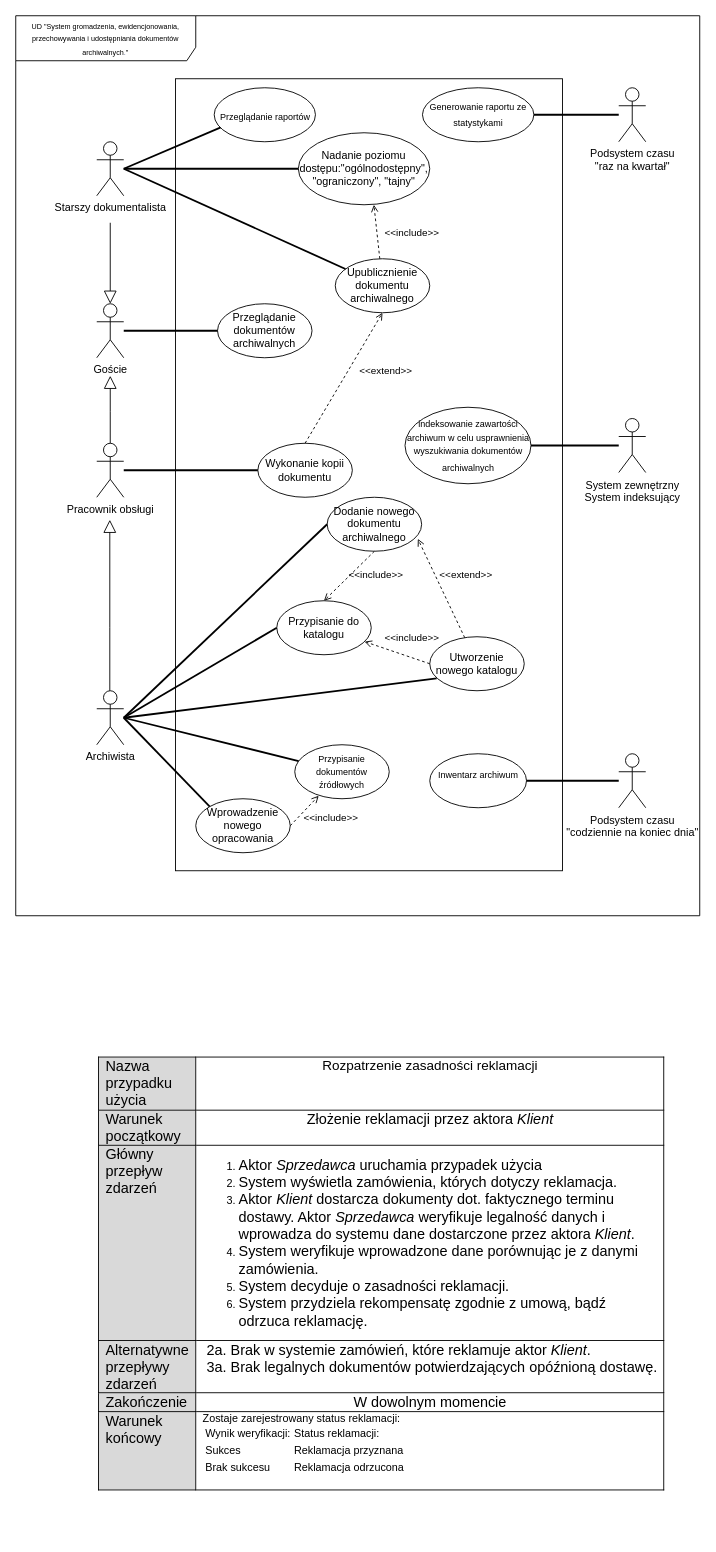
mateusz-nowacki/uml-projects keeps this draw.io diagram as pri_diagram_uzycia_2024.drawio. Above is the earlier version. Source tidied: cells renumbered, new cells numbered last; positions are measured from the earlier drawing's top-left corner, leaving out a move shared by most shapes. Both pictures are drawn from the tidied source at 90%, with x=0, y=0 at pixel (15, 15).
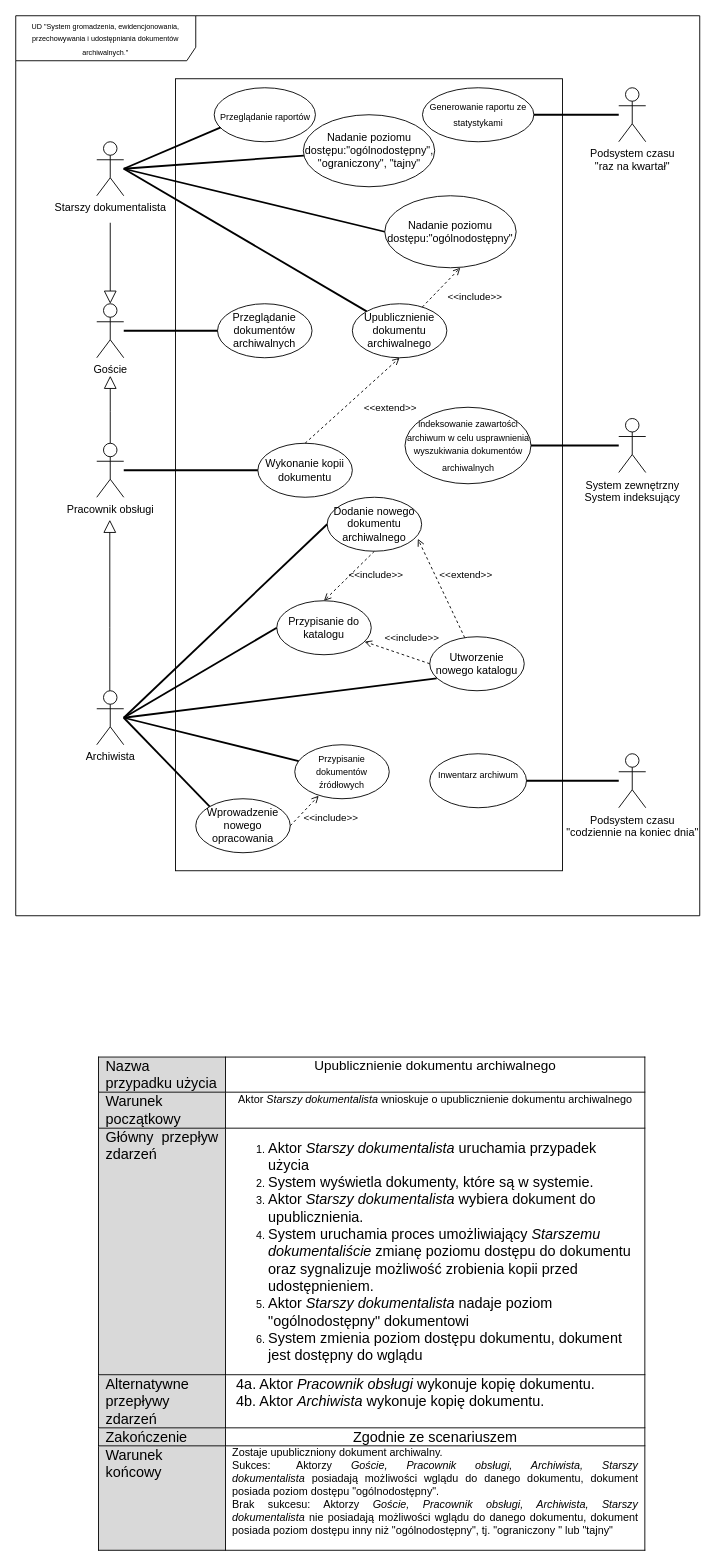
The same diagram, later.

The change refers to these unchanged cells:
```xml
<mxCell id="2" value="&lt;font style=&quot;font-size: 8px;&quot;&gt;UD &quot;System&amp;nbsp;&lt;span style=&quot;caret-color: rgb(100, 108, 154); font-family: Poppins, sans-serif; background-color: rgb(255, 255, 255);&quot;&gt;gromadzenia, ewidencjonowania, przechowywania i udostępniania dokumentów archiwalnych&lt;/span&gt;&lt;span style=&quot;caret-color: rgb(100, 108, 154); color: rgb(100, 108, 154); font-family: Poppins, sans-serif; background-color: rgb(255, 255, 255);&quot;&gt;.&lt;/span&gt;&quot;&lt;/font&gt;" style="shape=umlFrame;whiteSpace=wrap;html=1;width=200;height=50;align=center;" parent="1" vertex="1">
  <mxGeometry width="760" height="1000" as="geometry" />
</mxCell>
<mxCell id="3" value="Starszy dokumentalista" style="shape=umlActor;verticalLabelPosition=bottom;verticalAlign=top;html=1;" parent="2" vertex="1">
  <mxGeometry x="90" y="140" width="30" height="60" as="geometry" />
</mxCell>
```

Change to the diagram source:
```diff
@@
-<mxGraphModel>
+<mxGraphModel background="#ffffff">
@@
     <mxCell id="15" value="Upublicznienie dokumentu archiwalnego" style="ellipse;whiteSpace=wrap;html=1;" parent="2" vertex="1">
-      <mxGeometry x="355" y="270" width="105" height="60" as="geometry" />
+      <mxGeometry x="374" y="320" width="105" height="60" as="geometry" />
     </mxCell>
@@
-    <mxCell id="18" value="Nadanie poziomu dostępu:&quot;ogólnodostępny&quot;, &quot;ograniczony&quot;, &quot;tajny&quot;" style="ellipse;whiteSpace=wrap;html=1;" parent="2" vertex="1">
-      <mxGeometry x="314" y="130" width="146" height="80" as="geometry" />
+    <mxCell id="18" value="Nadanie poziomu dostępu:&quot;ogólnodostępny&quot;" style="ellipse;whiteSpace=wrap;html=1;" parent="2" vertex="1">
+      <mxGeometry x="410" y="200" width="146" height="80" as="geometry" />
     </mxCell>
@@
-    <mxCell id="38" style="endArrow=none;startArrow=none;endFill=0;startFill=0;endSize=8;html=1;verticalAlign=bottom;labelBackgroundColor=none;strokeWidth=2;rounded=0;entryX=0;entryY=0.5;entryDx=0;entryDy=0;" parent="2" edge="1" source="3" target="18">
-      <mxGeometry relative="1" as="geometry" />
+    <mxCell id="38" style="endArrow=none;startArrow=none;endFill=0;startFill=0;endSize=8;html=1;verticalAlign=bottom;labelBackgroundColor=none;strokeWidth=2;rounded=0;entryX=0;entryY=0.5;entryDx=0;entryDy=0;" parent="2" edge="1" target="18">
+      <mxGeometry relative="1" as="geometry">
+        <mxPoint x="120" y="170" as="sourcePoint" />
+      </mxGeometry>
     </mxCell>
     <mxCell id="39" value="&amp;lt;&amp;lt;include&amp;gt;&amp;gt;" style="html=1;verticalAlign=bottom;labelBackgroundColor=none;endArrow=open;endFill=0;dashed=1;rounded=0;entryX=0.575;entryY=1;entryDx=0;entryDy=0;entryPerimeter=0;" parent="2" edge="1" source="15" target="18">
-      <mxGeometry x="-0.47" y="-37" relative="1" as="geometry" />
+      <mxGeometry x="0.42" y="-39" relative="1" as="geometry">
+        <mxPoint y="1" as="offset" />
+      </mxGeometry>
     </mxCell>
@@
+    <mxCell id="48" value="Nadanie poziomu dostępu:&quot;ogólnodostępny&quot;, &quot;ograniczony&quot;, &quot;tajny&quot;" style="ellipse;whiteSpace=wrap;html=1;" parent="2" vertex="1">
+      <mxGeometry x="319.5" y="110" width="146" height="80" as="geometry" />
+    </mxCell>
-    <mxCell id="47" value="&lt;table style=&quot;caret-color: rgb(0, 0, 0); color: rgb(0, 0, 0); font-style: normal; font-variant-caps: normal; font-weight: 400; letter-spacing: normal; text-transform: none; word-spacing: 0px; -webkit-text-stroke-width: 0px; text-decoration: none; border-collapse: collapse;&quot; cellpadding=&quot;0&quot; cellspacing=&quot;0&quot; border=&quot;0&quot; class=&quot;MsoNormalTable&quot;&gt;&lt;tbody&gt;&lt;tr&gt;&lt;td style=&quot;width: 99pt; border: 1pt solid black; background: rgb(217, 217, 217); padding: 0cm 5.4pt;&quot; valign=&quot;top&quot; width=&quot;132&quot;&gt;&lt;p style=&quot;margin: 0cm; font-size: 12pt; font-family: Calibri, sans-serif; text-align: justify;&quot; class=&quot;MsoNormal&quot;&gt;&lt;span style=&quot;font-family: Poppins; color: black;&quot;&gt;Nazwa przypadku użycia&lt;/span&gt;&lt;span style=&quot;font-size: 10pt; font-family: Poppins; color: rgb(100, 108, 154);&quot;&gt;&lt;/span&gt;&lt;/p&gt;&lt;/td&gt;&lt;td style=&quot;text-align: center; width: 354pt; border-width: 1pt 1pt 1pt medium; border-style: solid solid solid none; border-color: black black black currentcolor; border-image: none; padding: 0cm 5.4pt;&quot; valign=&quot;top&quot; width=&quot;472&quot;&gt;&lt;font style=&quot;font-size: 15px;&quot;&gt;Rozpatrzenie zasadności reklamacji&lt;/font&gt;&lt;br&gt;&lt;/td&gt;&lt;/tr&gt;&lt;tr&gt;&lt;td style=&quot;width: 99pt; border-width: medium 1pt 1pt; border-style: none solid solid; border-color: currentcolor black black; border-image: none; background: rgb(217, 217, 217); padding: 0cm 5.4pt;&quot; valign=&quot;top&quot; width=&quot;132&quot;&gt;&lt;p style=&quot;margin: 0cm; font-size: 12pt; font-family: Calibri, sans-serif; text-align: justify;&quot; class=&quot;MsoNormal&quot;&gt;&lt;span style=&quot;font-family: Poppins; color: black;&quot;&gt;Warunek początkowy&lt;/span&gt;&lt;span style=&quot;font-size: 10pt; font-family: Poppins; color: rgb(100, 108, 154);&quot;&gt;&lt;/span&gt;&lt;/p&gt;&lt;/td&gt;&lt;td style=&quot;text-align: center; width: 354pt; border-width: medium 1pt 1pt medium; border-style: none solid solid none; border-color: currentcolor black black currentcolor; padding: 0cm 5.4pt;&quot; valign=&quot;top&quot; width=&quot;472&quot;&gt;&lt;font size=&quot;3&quot; face=&quot;Poppins&quot;&gt;Złożenie reklamacji przez aktora &lt;i&gt;Klient&lt;/i&gt;&lt;/font&gt;&lt;/td&gt;&lt;/tr&gt;&lt;tr&gt;&lt;td style=&quot;width: 99pt; border-width: medium 1pt 1pt; border-style: none solid solid; border-color: currentcolor black black; border-image: none; background: rgb(217, 217, 217); padding: 0cm 5.4pt;&quot; valign=&quot;top&quot; width=&quot;132&quot;&gt;&lt;p style=&quot;margin: 0cm; font-size: 12pt; font-family: Calibri, sans-serif; text-align: justify;&quot; class=&quot;MsoNormal&quot;&gt;&lt;span style=&quot;font-family: Poppins; color: black;&quot;&gt;Główny przepływ zdarzeń&lt;/span&gt;&lt;span style=&quot;font-size: 10pt; font-family: Poppins; color: rgb(100, 108, 154);&quot;&gt;&lt;/span&gt;&lt;/p&gt;&lt;/td&gt;&lt;td style=&quot;width: 354pt; border-width: medium 1pt 1pt medium; border-style: none solid solid none; border-color: currentcolor black black currentcolor; padding: 0cm 5.4pt;&quot; valign=&quot;top&quot; width=&quot;472&quot;&gt;&lt;ol&gt;&lt;li&gt;&lt;font size=&quot;3&quot; face=&quot;Poppins&quot;&gt;Aktor &lt;i&gt;Sprzedawca&lt;/i&gt;&amp;nbsp;uruchamia przypadek użycia&lt;/font&gt;&lt;/li&gt;&lt;li&gt;&lt;font size=&quot;3&quot; face=&quot;Poppins&quot;&gt;System wyświetla zamówienia, których dotyczy reklamacja.&lt;/font&gt;&lt;/li&gt;&lt;li&gt;&lt;font size=&quot;3&quot; face=&quot;Poppins&quot;&gt;Aktor &lt;i&gt;Klient&lt;/i&gt; dostarcza dokumenty dot. faktycznego terminu dostawy. Aktor &lt;i&gt;Sprzedawca&lt;/i&gt; weryfikuje legalność danych i wprowadza do systemu dane dostarczone przez aktora &lt;i&gt;Klient&lt;/i&gt;.&lt;/font&gt;&lt;/li&gt;&lt;li&gt;&lt;font size=&quot;3&quot; face=&quot;Poppins&quot;&gt;System weryfikuje wprowadzone dane porównując je z danymi zamówienia.&lt;/font&gt;&lt;/li&gt;&lt;li&gt;&lt;font size=&quot;3&quot; face=&quot;Poppins&quot;&gt;System decyduje o zasadności reklamacji.&lt;/font&gt;&lt;/li&gt;&lt;li&gt;&lt;font size=&quot;3&quot; face=&quot;Poppins&quot;&gt;System przydziela rekompensatę zgodnie z umową, bądź odrzuca reklamację.&lt;/font&gt;&lt;/li&gt;&lt;/ol&gt;&lt;/td&gt;&lt;/tr&gt;&lt;tr&gt;&lt;td style=&quot;width: 99pt; border-width: medium 1pt 1pt; border-style: none solid solid; border-color: currentcolor black black; border-image: none; background: rgb(217, 217, 217); padding: 0cm 5.4pt;&quot; valign=&quot;top&quot; width=&quot;132&quot;&gt;&lt;p style=&quot;margin: 0cm; font-size: 12pt; font-family: Calibri, sans-serif; text-align: justify;&quot; class=&quot;MsoNormal&quot;&gt;&lt;span style=&quot;font-family: Poppins; color: black;&quot;&gt;Alternatywne przepływy zdarzeń&lt;/span&gt;&lt;span style=&quot;font-size: 10pt; font-family: Poppins; color: rgb(100, 108, 154);&quot;&gt;&lt;/span&gt;&lt;/p&gt;&lt;/td&gt;&lt;td style=&quot;width: 354pt; border-width: medium 1pt 1pt medium; border-style: none solid solid none; border-color: currentcolor black black currentcolor; padding: 0cm 5.4pt;&quot; valign=&quot;top&quot; width=&quot;472&quot;&gt;&lt;div&gt;&lt;font size=&quot;3&quot; face=&quot;Poppins&quot;&gt;&lt;span style=&quot;white-space: pre;&quot;&gt;&lt;font color=&quot;#646c9a&quot;&gt; &lt;/font&gt;2a. Brak w systemie zamówień, które reklamuje aktor &lt;i&gt;Klient&lt;/i&gt;.&lt;/span&gt;&lt;br&gt;&lt;/font&gt;&lt;/div&gt;&lt;div&gt;&lt;font size=&quot;3&quot; face=&quot;Poppins&quot;&gt;&lt;span style=&quot;white-space: pre;&quot;&gt;&lt;span style=&quot;white-space: pre;&quot;&gt; 3a. Brak legalnych dokumentów potwierdzających opóźnioną dostawę.&lt;/span&gt;&lt;font color=&quot;#646c9a&quot;&gt;&lt;br&gt;&lt;/font&gt;&lt;/span&gt;&lt;/font&gt;&lt;/div&gt;&lt;/td&gt;&lt;/tr&gt;&lt;tr&gt;&lt;td style=&quot;width: 99pt; border-width: medium 1pt 1pt; border-style: none solid solid; border-color: currentcolor black black; border-image: none; background: rgb(217, 217, 217); padding: 0cm 5.4pt;&quot; valign=&quot;top&quot; width=&quot;132&quot;&gt;&lt;p style=&quot;margin: 0cm; font-size: 12pt; font-family: Calibri, sans-serif; text-align: justify;&quot; class=&quot;MsoNormal&quot;&gt;&lt;span style=&quot;font-family: Poppins; color: black;&quot;&gt;Zakończenie&lt;/span&gt;&lt;span style=&quot;font-size: 10pt; font-family: Poppins; color: rgb(100, 108, 154);&quot;&gt;&lt;/span&gt;&lt;/p&gt;&lt;/td&gt;&lt;td style=&quot;width: 354pt; border-width: medium 1pt 1pt medium; border-style: none solid solid none; border-color: currentcolor black black currentcolor; padding: 0cm 5.4pt;&quot; valign=&quot;top&quot; width=&quot;472&quot;&gt;&lt;p style=&quot;text-align: center; margin: 0cm; font-size: 12pt; font-family: Calibri, sans-serif;&quot; class=&quot;MsoNormal&quot;&gt;&lt;span style=&quot;font-family: Poppins;&quot;&gt;W dowolnym momencie&lt;/span&gt;&lt;span style=&quot;font-size: 10pt; font-family: Poppins; color: rgb(100, 108, 154);&quot;&gt;&lt;/span&gt;&lt;/p&gt;&lt;/td&gt;&lt;/tr&gt;&lt;tr&gt;&lt;td style=&quot;width: 99pt; border-width: medium 1pt 1pt; border-style: none solid solid; border-color: currentcolor black black; border-image: none; background: rgb(217, 217, 217); padding: 0cm 5.4pt;&quot; valign=&quot;top&quot; width=&quot;132&quot;&gt;&lt;p style=&quot;margin: 0cm; font-size: 12pt; font-family: Calibri, sans-serif; text-align: justify;&quot; class=&quot;MsoNormal&quot;&gt;&lt;span style=&quot;font-family: Poppins; color: black;&quot;&gt;Warunek końcowy&lt;/span&gt;&lt;span style=&quot;font-size: 10pt; font-family: Poppins; color: rgb(100, 108, 154);&quot;&gt;&lt;/span&gt;&lt;/p&gt;&lt;/td&gt;&lt;td style=&quot;text-align: justify; width: 354pt; border-width: medium 1pt 1pt medium; border-style: none solid solid none; border-color: currentcolor black black currentcolor; padding: 0cm 5.4pt;&quot; valign=&quot;top&quot; width=&quot;472&quot;&gt;Zostaje zarejestrowany status reklamacji:&lt;br&gt;&lt;table&gt;&lt;tbody&gt;&lt;tr&gt;&lt;td&gt;Wynik weryfikacji:&lt;/td&gt;&lt;td&gt;Status reklamacji:&lt;/td&gt;&lt;/tr&gt;&lt;tr&gt;&lt;td&gt;Sukces&lt;/td&gt;&lt;td&gt;Reklamacja przyznana&lt;/td&gt;&lt;/tr&gt;&lt;tr&gt;&lt;td&gt;Brak sukcesu&lt;/td&gt;&lt;td&gt;Reklamacja odrzucona&lt;/td&gt;&lt;/tr&gt;&lt;/tbody&gt;&lt;/table&gt;&lt;br&gt;&lt;/td&gt;&lt;/tr&gt;&lt;/tbody&gt;&lt;/table&gt;" style="text;whiteSpace=wrap;html=1;" parent="1" vertex="1">
+    <mxCell id="47" value="&lt;table style=&quot;caret-color: rgb(0, 0, 0); color: rgb(0, 0, 0); font-style: normal; font-variant-caps: normal; font-weight: 400; letter-spacing: normal; text-transform: none; word-spacing: 0px; -webkit-text-stroke-width: 0px; text-decoration: none; border-collapse: collapse;&quot; cellpadding=&quot;0&quot; cellspacing=&quot;0&quot; border=&quot;0&quot; class=&quot;MsoNormalTable&quot;&gt;&lt;tbody&gt;&lt;tr&gt;&lt;td style=&quot;width: 99pt; border: 1pt solid black; background: rgb(217, 217, 217); padding: 0cm 5.4pt;&quot; valign=&quot;top&quot; width=&quot;132&quot;&gt;&lt;p style=&quot;margin: 0cm; font-size: 12pt; font-family: Calibri, sans-serif; text-align: justify;&quot; class=&quot;MsoNormal&quot;&gt;&lt;span style=&quot;font-family: Poppins; color: black;&quot;&gt;Nazwa przypadku użycia&lt;/span&gt;&lt;span style=&quot;font-size: 10pt; font-family: Poppins; color: rgb(100, 108, 154);&quot;&gt;&lt;/span&gt;&lt;/p&gt;&lt;/td&gt;&lt;td style=&quot;text-align: center; width: 354pt; border-width: 1pt 1pt 1pt medium; border-style: solid solid solid none; border-color: black black black currentcolor; border-image: none; padding: 0cm 5.4pt;&quot; valign=&quot;top&quot; width=&quot;472&quot;&gt;&lt;span style=&quot;font-size: 15px;&quot;&gt;Upublicznienie dokumentu archiwalnego&lt;/span&gt;&lt;/td&gt;&lt;/tr&gt;&lt;tr&gt;&lt;td style=&quot;width: 99pt; border-width: medium 1pt 1pt; border-style: none solid solid; border-color: currentcolor black black; border-image: none; background: rgb(217, 217, 217); padding: 0cm 5.4pt;&quot; valign=&quot;top&quot; width=&quot;132&quot;&gt;&lt;p style=&quot;margin: 0cm; font-size: 12pt; font-family: Calibri, sans-serif; text-align: justify;&quot; class=&quot;MsoNormal&quot;&gt;&lt;span style=&quot;font-family: Poppins; color: black;&quot;&gt;Warunek początkowy&lt;/span&gt;&lt;span style=&quot;font-size: 10pt; font-family: Poppins; color: rgb(100, 108, 154);&quot;&gt;&lt;/span&gt;&lt;/p&gt;&lt;/td&gt;&lt;td style=&quot;text-align: center; width: 354pt; border-width: medium 1pt 1pt medium; border-style: none solid solid none; border-color: currentcolor black black currentcolor; padding: 0cm 5.4pt;&quot; valign=&quot;top&quot; width=&quot;472&quot;&gt;Aktor &lt;i&gt;Starszy dokumentalista&lt;/i&gt;&amp;nbsp;wnioskuje o upublicznienie dokumentu archiwalnego&lt;/td&gt;&lt;/tr&gt;&lt;tr&gt;&lt;td style=&quot;width: 99pt; border-width: medium 1pt 1pt; border-style: none solid solid; border-color: currentcolor black black; border-image: none; background: rgb(217, 217, 217); padding: 0cm 5.4pt;&quot; valign=&quot;top&quot; width=&quot;132&quot;&gt;&lt;p style=&quot;margin: 0cm; font-size: 12pt; font-family: Calibri, sans-serif; text-align: justify;&quot; class=&quot;MsoNormal&quot;&gt;&lt;span style=&quot;font-family: Poppins; color: black;&quot;&gt;Główny przepływ zdarzeń&lt;/span&gt;&lt;span style=&quot;font-size: 10pt; font-family: Poppins; color: rgb(100, 108, 154);&quot;&gt;&lt;/span&gt;&lt;/p&gt;&lt;/td&gt;&lt;td style=&quot;width: 354pt; border-width: medium 1pt 1pt medium; border-style: none solid solid none; border-color: currentcolor black black currentcolor; padding: 0cm 5.4pt;&quot; valign=&quot;top&quot; width=&quot;472&quot;&gt;&lt;ol&gt;&lt;li&gt;&lt;font size=&quot;3&quot; face=&quot;Poppins&quot;&gt;Aktor &lt;i&gt;Starszy dokumentalista&lt;/i&gt;&amp;nbsp;uruchamia przypadek użycia&lt;/font&gt;&lt;/li&gt;&lt;li&gt;&lt;font size=&quot;3&quot; face=&quot;Poppins&quot;&gt;System wyświetla dokumenty, które są w systemie.&lt;/font&gt;&lt;/li&gt;&lt;li&gt;&lt;font size=&quot;3&quot; face=&quot;Poppins&quot;&gt;Aktor&amp;nbsp;&lt;i&gt;Starszy dokumentalista&lt;/i&gt;&amp;nbsp;wybiera dokument do upublicznienia.&lt;/font&gt;&lt;/li&gt;&lt;li&gt;&lt;font size=&quot;3&quot; face=&quot;Poppins&quot;&gt;System uruchamia proces umożliwiający &lt;i&gt;Starszemu dokumentaliście&lt;/i&gt; zmianę poziomu dostępu do dokumentu oraz sygnalizuje możliwość zrobienia kopii przed udostępnieniem.&lt;/font&gt;&lt;/li&gt;&lt;li&gt;&lt;font size=&quot;3&quot; face=&quot;Poppins&quot;&gt;Aktor &lt;i&gt;Starszy dokumentalista&lt;/i&gt;&amp;nbsp;nadaje poziom &quot;ogólnodostępny&quot; dokumentowi&lt;/font&gt;&lt;/li&gt;&lt;li&gt;&lt;font size=&quot;3&quot; face=&quot;Poppins&quot;&gt;System zmienia poziom dostępu dokumentu, dokument jest dostępny do wglądu&lt;/font&gt;&lt;/li&gt;&lt;/ol&gt;&lt;/td&gt;&lt;/tr&gt;&lt;tr&gt;&lt;td style=&quot;width: 99pt; border-width: medium 1pt 1pt; border-style: none solid solid; border-color: currentcolor black black; border-image: none; background: rgb(217, 217, 217); padding: 0cm 5.4pt;&quot; valign=&quot;top&quot; width=&quot;132&quot;&gt;&lt;p style=&quot;margin: 0cm; font-size: 12pt; font-family: Calibri, sans-serif; text-align: justify;&quot; class=&quot;MsoNormal&quot;&gt;&lt;span style=&quot;font-family: Poppins; color: black;&quot;&gt;Alternatywne przepływy zdarzeń&lt;/span&gt;&lt;span style=&quot;font-size: 10pt; font-family: Poppins; color: rgb(100, 108, 154);&quot;&gt;&lt;/span&gt;&lt;/p&gt;&lt;/td&gt;&lt;td style=&quot;width: 354pt; border-width: medium 1pt 1pt medium; border-style: none solid solid none; border-color: currentcolor black black currentcolor; padding: 0cm 5.4pt;&quot; valign=&quot;top&quot; width=&quot;472&quot;&gt;&lt;div&gt;&lt;font size=&quot;3&quot; face=&quot;Poppins&quot;&gt;&lt;font style=&quot;white-space: pre;&quot; color=&quot;#646c9a&quot;&gt; &lt;/font&gt;&lt;font style=&quot;white-space: pre;&quot;&gt;4&lt;/font&gt;&lt;span style=&quot;white-space: pre;&quot;&gt;a. Aktor &lt;/span&gt;&lt;i style=&quot;white-space: pre;&quot;&gt;Pracownik obsługi&lt;/i&gt; &lt;span style=&quot;white-space: pre;&quot;&gt;wykonuje&lt;/span&gt;&amp;nbsp;kopię dokumentu&lt;span style=&quot;white-space: pre;&quot;&gt;.&lt;/span&gt;&lt;br&gt;&lt;/font&gt;&lt;/div&gt;&lt;div&gt;&lt;font size=&quot;3&quot; face=&quot;Poppins&quot;&gt;&lt;span style=&quot;white-space: pre;&quot;&gt;&lt;span style=&quot;white-space: pre;&quot;&gt; 4b. Aktor &lt;i&gt;Archiwista &lt;/i&gt;wykonuje kopię dokumentu.&lt;/span&gt;&lt;font color=&quot;#646c9a&quot;&gt;&lt;br&gt;&lt;/font&gt;&lt;/span&gt;&lt;/font&gt;&lt;/div&gt;&lt;/td&gt;&lt;/tr&gt;&lt;tr&gt;&lt;td style=&quot;width: 99pt; border-width: medium 1pt 1pt; border-style: none solid solid; border-color: currentcolor black black; border-image: none; background: rgb(217, 217, 217); padding: 0cm 5.4pt;&quot; valign=&quot;top&quot; width=&quot;132&quot;&gt;&lt;p style=&quot;margin: 0cm; font-size: 12pt; font-family: Calibri, sans-serif; text-align: justify;&quot; class=&quot;MsoNormal&quot;&gt;&lt;span style=&quot;font-family: Poppins; color: black;&quot;&gt;Zakończenie&lt;/span&gt;&lt;span style=&quot;font-size: 10pt; font-family: Poppins; color: rgb(100, 108, 154);&quot;&gt;&lt;/span&gt;&lt;/p&gt;&lt;/td&gt;&lt;td style=&quot;text-align: center; width: 354pt; border-width: medium 1pt 1pt medium; border-style: none solid solid none; border-color: currentcolor black black currentcolor; padding: 0cm 5.4pt;&quot; valign=&quot;top&quot; width=&quot;472&quot;&gt;&lt;font size=&quot;3&quot; face=&quot;Poppins&quot;&gt;Zgodnie ze scenariuszem&lt;/font&gt;&lt;/td&gt;&lt;/tr&gt;&lt;tr&gt;&lt;td style=&quot;width: 99pt; border-width: medium 1pt 1pt; border-style: none solid solid; border-color: currentcolor black black; border-image: none; background: rgb(217, 217, 217); padding: 0cm 5.4pt;&quot; valign=&quot;top&quot; width=&quot;132&quot;&gt;&lt;p style=&quot;margin: 0cm; font-size: 12pt; font-family: Calibri, sans-serif; text-align: justify;&quot; class=&quot;MsoNormal&quot;&gt;&lt;span style=&quot;font-family: Poppins; color: black;&quot;&gt;Warunek końcowy&lt;/span&gt;&lt;span style=&quot;font-size: 10pt; font-family: Poppins; color: rgb(100, 108, 154);&quot;&gt;&lt;/span&gt;&lt;/p&gt;&lt;/td&gt;&lt;td style=&quot;text-align: justify; width: 354pt; border-width: medium 1pt 1pt medium; border-style: none solid solid none; border-color: currentcolor black black currentcolor; padding: 0cm 5.4pt;&quot; valign=&quot;top&quot; width=&quot;472&quot;&gt;Zostaje upubliczniony dokument archiwalny.&lt;br&gt;Sukces:&lt;span style=&quot;white-space: pre;&quot;&gt;&#9;&lt;/span&gt;Aktorzy &lt;i&gt;Goście, Pracownik obsługi, Archiwista, Starszy dokumentalista&lt;/i&gt;&amp;nbsp;posiadają możliwości wglądu do danego dokumentu, dokument posiada poziom dostępu &quot;ogólnodostępny&quot;.&lt;br&gt;Brak sukcesu: Aktorzy&amp;nbsp;&lt;i&gt;Goście, Pracownik obsługi, Archiwista, Starszy dokumentalista&lt;/i&gt;&amp;nbsp;nie posiadają możliwości wglądu do danego dokumentu, dokument posiada poziom dostępu inny niż &quot;ogólnodostępny&quot;, tj. &quot;ograniczony &quot; lub &quot;tajny&quot;&lt;br&gt;&lt;br&gt;&lt;/td&gt;&lt;/tr&gt;&lt;/tbody&gt;&lt;/table&gt;" style="text;whiteSpace=wrap;html=1;" parent="1" vertex="1">
       <mxGeometry x="90" y="1150" width="610" height="500" as="geometry" />
     </mxCell>
+    <mxCell id="49" style="endArrow=none;startArrow=none;endFill=0;startFill=0;endSize=8;html=1;verticalAlign=bottom;labelBackgroundColor=none;strokeWidth=2;rounded=0;" parent="1" edge="1" target="48">
+      <mxGeometry relative="1" as="geometry">
+        <mxPoint x="120" y="170" as="sourcePoint" />
+      </mxGeometry>
+    </mxCell>
```
